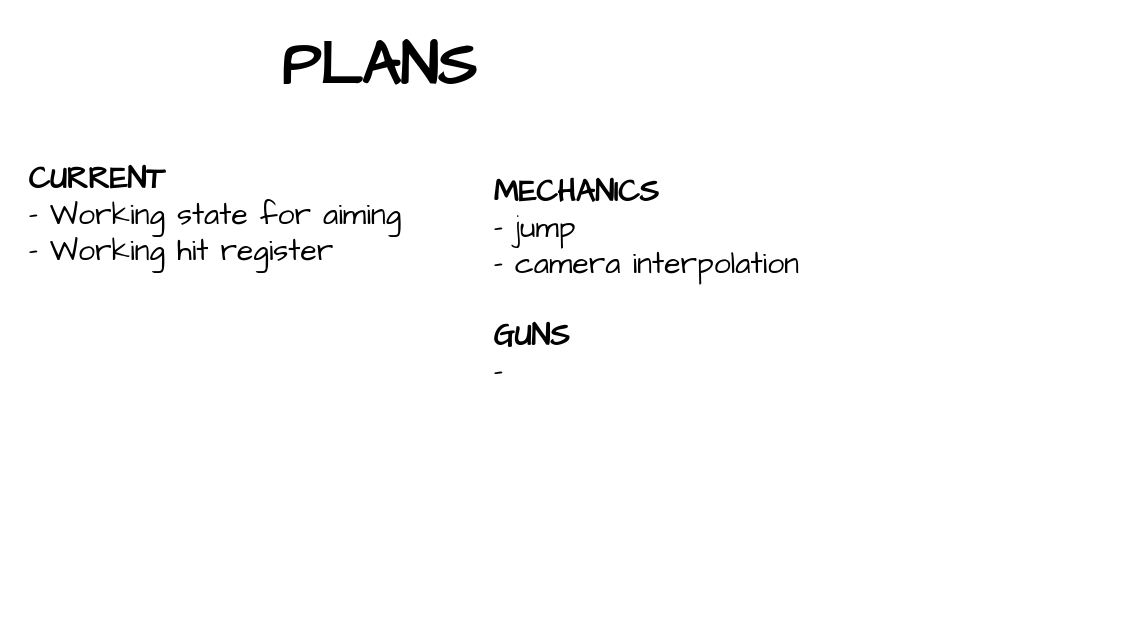
HasChad/bevy-shooting-range keeps this draw.io diagram as plans.drawio. Above is the earlier version. Source tidied: cells renumbered, new cells numbered last; positions are measured from the earlier drawing's top-left corner, leaving out a move shared by most shapes. Both pictures are drawn from the tidied source at 150%, with x=0, y=0 at pixel (26, 26).
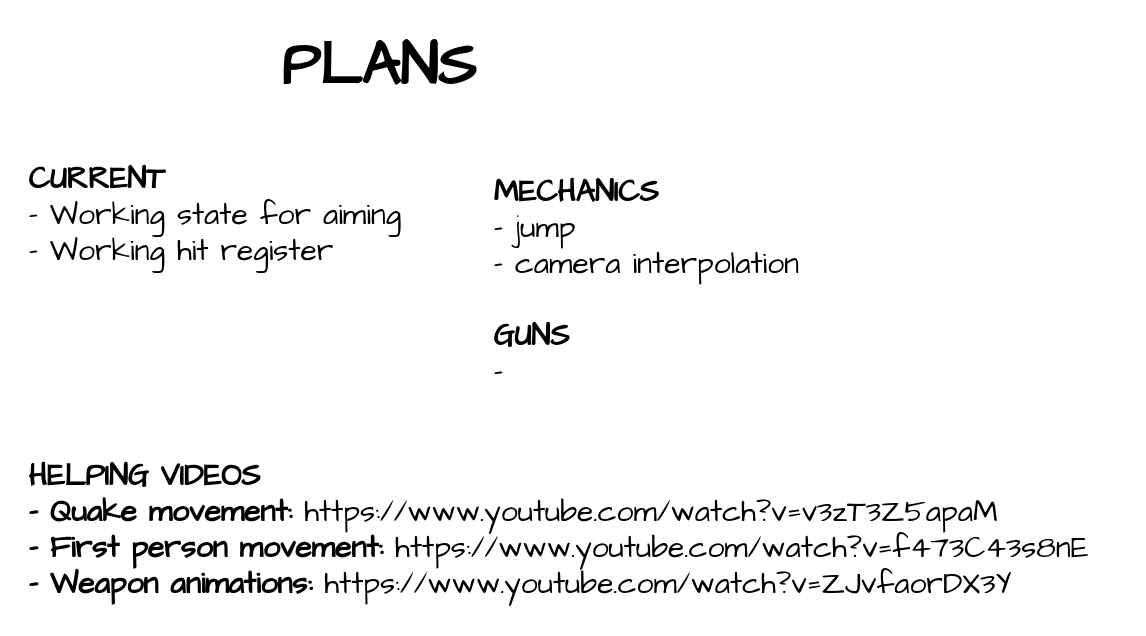
After the change.

Commit message (it also covers changes not shown here):
- moved weapon setup code - updating target and bullet hit detection (still now working properly)

Change to the diagram source:
```diff
@@
 <mxGraphModel>
   <root>
     <mxCell id="0" />
     <mxCell id="1" parent="0" />
     <mxCell id="2" value="&lt;b&gt;MECHANICS&lt;/b&gt;&lt;br&gt;- jump&lt;br&gt;- camera interpolation&lt;br&gt;&lt;br&gt;&lt;b&gt;GUNS&lt;/b&gt;&lt;br&gt;-" style="text;html=1;align=left;verticalAlign=middle;strokeColor=none;fillColor=none;fontSize=20;fontFamily=Architects Daughter;sketch=1;hachureGap=4;jiggle=2;curveFitting=1;" parent="1" vertex="1">
       <mxGeometry x="310" y="90" width="230" height="160" as="geometry" />
     </mxCell>
     <mxCell id="3" value="&lt;b&gt;CURRENT&lt;/b&gt;&lt;br&gt;- Working state for aiming&lt;br&gt;- Working hit register&lt;br&gt;" style="text;html=1;align=left;verticalAlign=middle;strokeColor=none;fillColor=none;fontSize=20;fontFamily=Architects Daughter;sketch=1;hachureGap=4;jiggle=2;curveFitting=1;" parent="1" vertex="1">
       <mxGeometry y="80" width="270" height="90" as="geometry" />
     </mxCell>
     <mxCell id="4" value="&lt;p style=&quot;line-height: 0%;&quot;&gt;&lt;b style=&quot;&quot;&gt;&lt;font style=&quot;font-size: 40px;&quot;&gt;PLANS&lt;/font&gt;&lt;/b&gt;&lt;/p&gt;" style="text;html=1;align=center;verticalAlign=middle;strokeColor=none;fillColor=none;fontSize=20;fontFamily=Architects Daughter;sketch=1;hachureGap=4;jiggle=2;curveFitting=1;" parent="1" vertex="1">
       <mxGeometry x="160" width="150" height="60" as="geometry" />
     </mxCell>
+    <mxCell id="5" value="&lt;b&gt;HELPING VIDEOS&lt;br&gt;&lt;/b&gt;&lt;span style=&quot;background-color: initial;&quot;&gt;&lt;b&gt;- Quake movement:&lt;/b&gt; https://www.youtube.com/watch?v=v3zT3Z5apaM&lt;/span&gt;&lt;b&gt;&lt;br&gt;- First person movement:&amp;nbsp;&lt;/b&gt;https://www.youtube.com/watch?v=f473C43s8nE&lt;br&gt;&lt;b&gt;- Weapon animations:&lt;/b&gt; https://www.youtube.com/watch?v=ZJvfaorDX3Y" style="text;html=1;align=left;verticalAlign=middle;strokeColor=none;fillColor=none;fontSize=20;fontFamily=Architects Daughter;sketch=1;hachureGap=4;jiggle=2;curveFitting=1;" parent="1" vertex="1">
+      <mxGeometry y="280" width="730" height="110" as="geometry" />
+    </mxCell>
   </root>
 </mxGraphModel>
```
